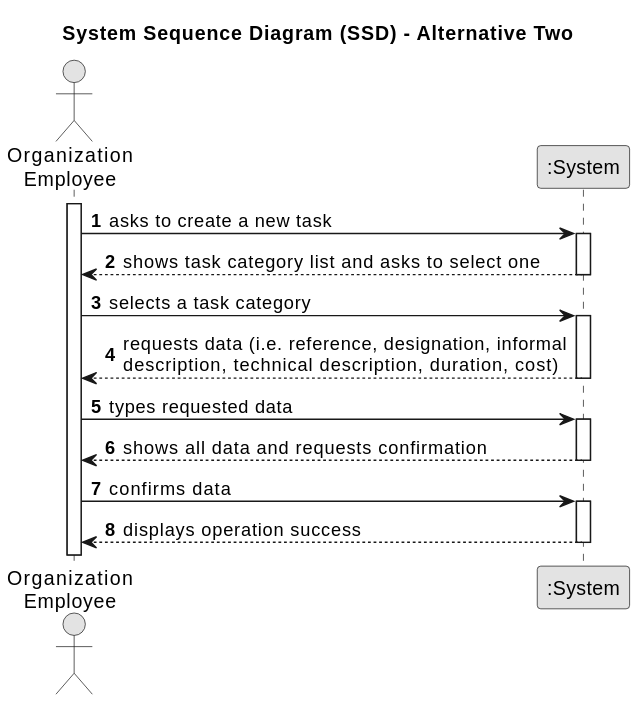
Above: docs/sprintA/us007/01.requirements-engineering/svg/us007-system-sequence-diagram-alternative-two.svg in daniel41silva05/ISEP_2023_2024_LAPR2 (PlantUML), before the change.
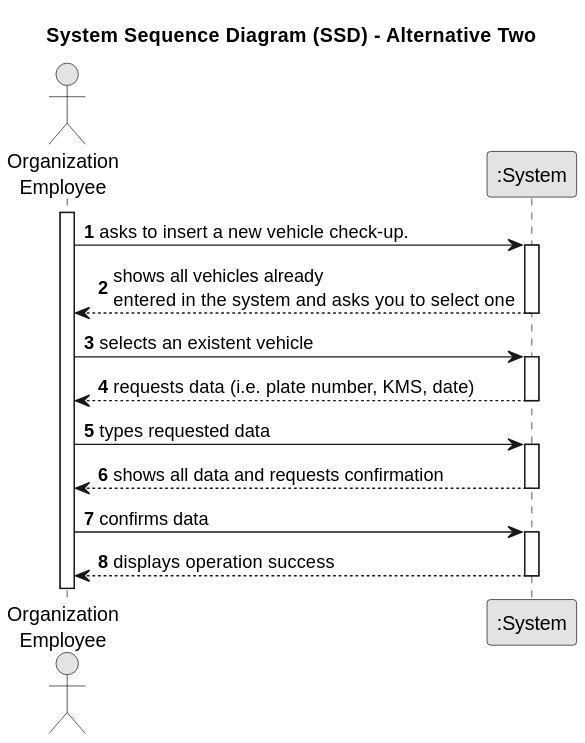
After the change.

Diff of the diagram source:
```diff
@@ -12,20 +12,20 @@
 
 activate Employee
 
-    Employee -> System : asks to create a new task
+    Employee -> System : asks to insert a new vehicle check-up.
     activate System
 
-        System --> Employee : shows task category list and asks to select one
+        System --> Employee : shows all vehicles already \nentered in the system and asks you to select one
     deactivate System
-
-    Employee -> System : selects a task category
+    Employee -> System : selects an existent vehicle
     activate System
 
-        System --> Employee : requests data (i.e. reference, designation, informal\ndescription, technical description, duration, cost)
+        System --> Employee : requests data (i.e. plate number, KMS, date)
     deactivate System
 
     Employee -> System : types requested data
     activate System
+
 
         System --> Employee : shows all data and requests confirmation
     deactivate System
```
